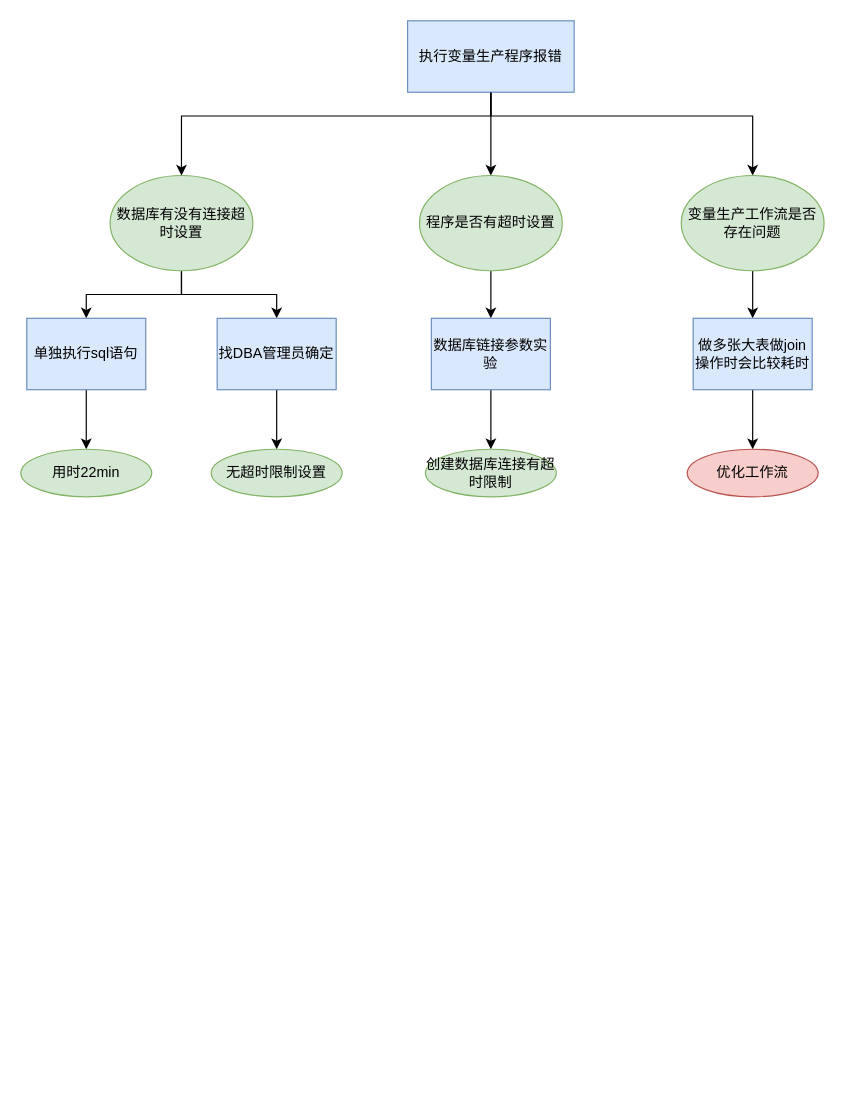
Earlier version of the draw.io diagram Untitled Diagram.drawio (sophsticate/drawio). Source tidied: cells renumbered, new cells numbered last; positions are measured from the earlier drawing's top-left corner, leaving out a move shared by most shapes. Both pictures are drawn from the tidied source at 119%, with x=0, y=0 at pixel (20, 20).
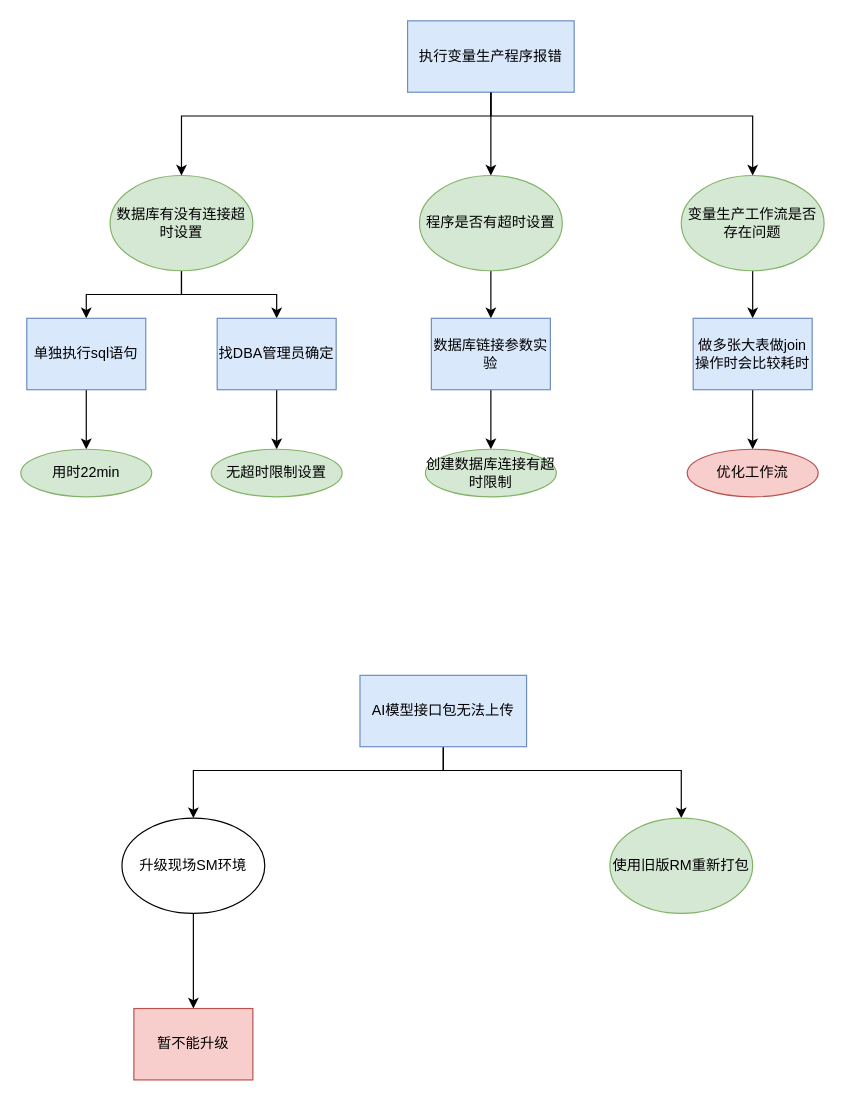
The same page after the edit.

What changed in the source:
```diff
@@
+    <mxCell id="25" style="edgeStyle=orthogonalEdgeStyle;rounded=0;jettySize=auto;html=1;" parent="1" edge="1" source="27" target="29">
+      <mxGeometry relative="1" as="geometry">
+        <Array as="points">
+          <mxPoint x="355" y="630" />
+          <mxPoint x="145" y="630" />
+        </Array>
+      </mxGeometry>
+    </mxCell>
+    <mxCell id="26" style="edgeStyle=orthogonalEdgeStyle;rounded=0;jettySize=auto;html=1;" parent="1" edge="1" source="27" target="30">
+      <mxGeometry relative="1" as="geometry">
+        <Array as="points">
+          <mxPoint x="355" y="630" />
+          <mxPoint x="555" y="630" />
+        </Array>
+      </mxGeometry>
+    </mxCell>
+    <mxCell id="27" value="AI模型接口包无法上传" style="rounded=0;whiteSpace=wrap;html=1;fillColor=#dae8fc;strokeColor=#6c8ebf;" parent="1" vertex="1">
+      <mxGeometry x="285" y="550" width="140" height="60" as="geometry" />
+    </mxCell>
+    <mxCell id="28" style="edgeStyle=orthogonalEdgeStyle;rounded=0;jettySize=auto;html=1;" parent="1" edge="1" source="29" target="31">
+      <mxGeometry relative="1" as="geometry" />
+    </mxCell>
+    <mxCell id="29" value="升级现场SM环境" style="ellipse;whiteSpace=wrap;html=1;" parent="1" vertex="1">
+      <mxGeometry x="85" y="670" width="120" height="80" as="geometry" />
+    </mxCell>
+    <mxCell id="30" value="使用旧版RM重新打包" style="ellipse;whiteSpace=wrap;html=1;fillColor=#d5e8d4;strokeColor=#82b366;" parent="1" vertex="1">
+      <mxGeometry x="495" y="670" width="120" height="80" as="geometry" />
+    </mxCell>
+    <mxCell id="31" value="&lt;font face=&quot;helvetica&quot;&gt;暂不能升级&lt;/font&gt;" style="rounded=0;whiteSpace=wrap;html=1;fillColor=#f8cecc;strokeColor=#b85450;" parent="1" vertex="1">
+      <mxGeometry x="95" y="830" width="100" height="60" as="geometry" />
+    </mxCell>
```
